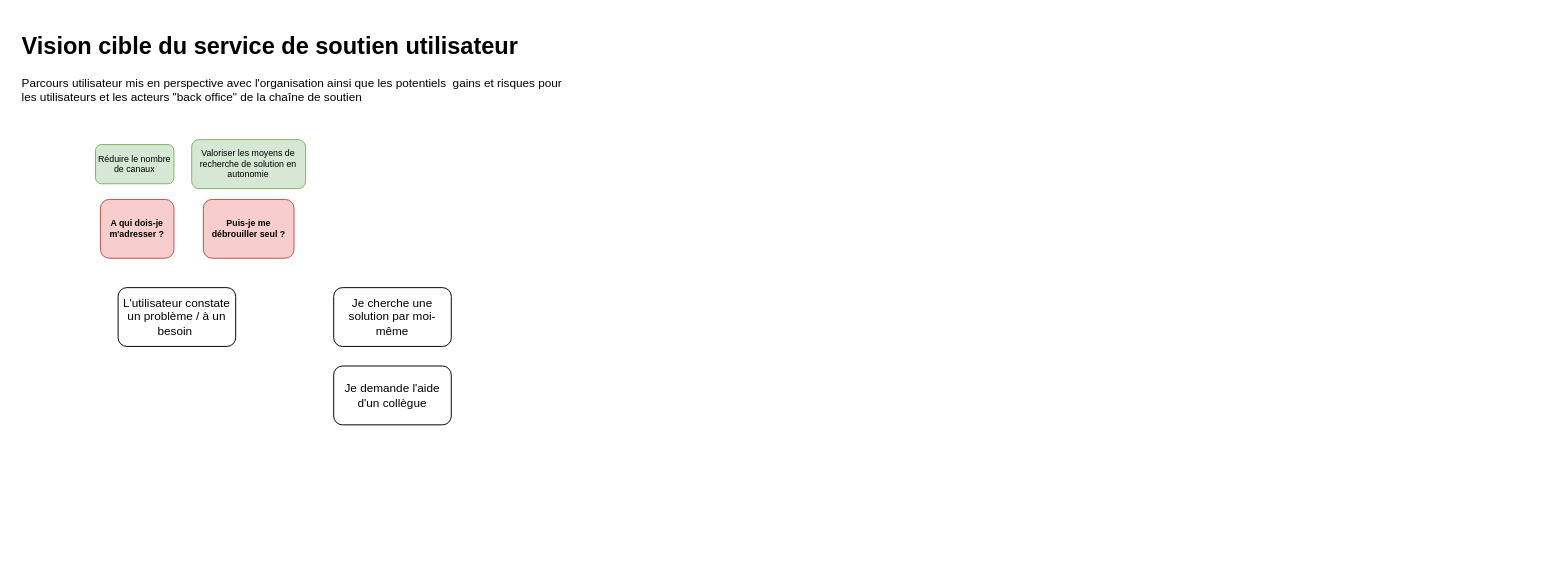
This is page "Cartographie des activites" (2 of 2) of Blue Print Chaine de Soutien.drawio from FGUGLIOTTA/MJ_ChaineSoutien, a draw.io file, before an edit. Source tidied: cells renumbered, new cells numbered last; positions are measured from the earlier drawing's top-left corner, leaving out a move shared by most shapes. Both pictures are drawn from the tidied source at 98%, with x=0, y=0 at pixel (17, 26).
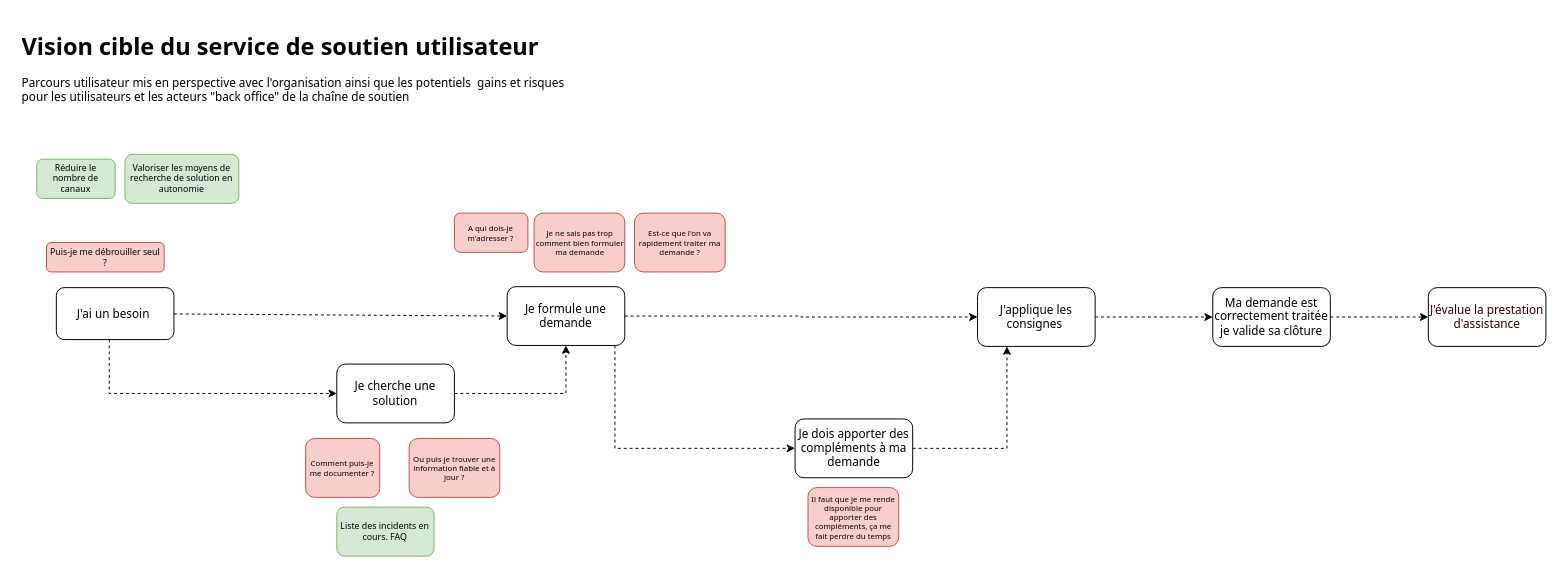
The same page after the edit.

The edit, as a diff of the source:
```diff
@@
-    <mxCell id="2" value="&lt;h1&gt;Vision cible du service de soutien utilisateur&lt;/h1&gt;&lt;p&gt;Parcours utilisateur mis en perspective avec l'organisation ainsi que les potentiels&amp;nbsp; gains et risques pour les utilisateurs et les acteurs &quot;back office&quot; de la chaîne de soutien&amp;nbsp;&lt;/p&gt;" style="text;html=1;strokeColor=none;fillColor=none;spacing=5;spacingTop=-20;whiteSpace=wrap;overflow=hidden;rounded=0;" parent="1" vertex="1">
+    <mxCell id="2" value="&lt;h1&gt;Vision cible du service de soutien utilisateur&lt;/h1&gt;&lt;p&gt;Parcours utilisateur mis en perspective avec l'organisation ainsi que les potentiels&amp;nbsp; gains et risques pour les utilisateurs et les acteurs &quot;back office&quot; de la chaîne de soutien&amp;nbsp;&lt;/p&gt;" style="text;html=1;strokeColor=none;fillColor=none;spacing=5;spacingTop=-20;whiteSpace=wrap;overflow=hidden;rounded=0;fontFamily=Tahoma;" parent="1" vertex="1">
       <mxGeometry width="563" height="90" as="geometry" />
     </mxCell>
+    <mxCell id="10" style="edgeStyle=none;rounded=0;jettySize=auto;html=1;entryX=0;entryY=0.5;entryDx=0;entryDy=0;fontSize=12;fontColor=#330000;dashed=1;fontFamily=Tahoma;" parent="1" edge="1" source="3" target="15">
+      <mxGeometry relative="1" as="geometry" />
+    </mxCell>
+    <mxCell id="11" style="edgeStyle=elbowEdgeStyle;rounded=0;jettySize=auto;html=1;entryX=0;entryY=0.5;entryDx=0;entryDy=0;fontSize=12;fontColor=#330000;dashed=1;fontFamily=Tahoma;" parent="1" edge="1" source="3" target="5">
+      <mxGeometry relative="1" as="geometry">
+        <Array as="points">
+          <mxPoint x="94" y="360" />
+        </Array>
+      </mxGeometry>
+    </mxCell>
-    <mxCell id="3" value="L'utilisateur constate un problème / à un besoin&amp;nbsp;" style="rounded=1;whiteSpace=wrap;html=1;" parent="1" vertex="1">
-      <mxGeometry x="103" y="266" width="120" height="60" as="geometry" />
+    <mxCell id="3" value="J'ai un besoin&amp;nbsp;" style="rounded=1;whiteSpace=wrap;html=1;fontFamily=Tahoma;" parent="1" vertex="1">
+      <mxGeometry x="40" y="266" width="120" height="53" as="geometry" />
     </mxCell>
-    <mxCell id="4" value="A qui dois-je m'adresser ?" style="rounded=1;whiteSpace=wrap;html=1;labelBackgroundColor=none;labelBorderColor=none;fillColor=#f8cecc;strokeColor=#b85450;fontSize=9;fontStyle=1;" parent="1" vertex="1">
-      <mxGeometry x="85" y="176" width="75" height="60" as="geometry" />
+    <mxCell id="4" value="A qui dois-je m'adresser ?" style="rounded=1;whiteSpace=wrap;html=1;labelBackgroundColor=none;labelBorderColor=none;fillColor=#f8cecc;strokeColor=#b85450;fontSize=8;fontStyle=0;fontFamily=Tahoma;" parent="1" vertex="1">
+      <mxGeometry x="446.2" y="190" width="75" height="40" as="geometry" />
     </mxCell>
+    <mxCell id="12" style="edgeStyle=elbowEdgeStyle;rounded=0;jettySize=auto;html=1;dashed=1;fontSize=12;fontColor=#330000;entryX=0.5;entryY=1;entryDx=0;entryDy=0;exitX=1;exitY=0.5;exitDx=0;exitDy=0;fontFamily=Tahoma;" parent="1" edge="1" source="5" target="15">
+      <mxGeometry relative="1" as="geometry">
+        <Array as="points">
+          <mxPoint x="560" y="350" />
+        </Array>
+      </mxGeometry>
+    </mxCell>
-    <mxCell id="5" value="Je cherche une solution par moi-même" style="rounded=1;whiteSpace=wrap;html=1;" parent="1" vertex="1">
-      <mxGeometry x="323" y="266" width="120" height="60" as="geometry" />
+    <mxCell id="5" value="Je cherche une solution" style="rounded=1;whiteSpace=wrap;html=1;fontFamily=Tahoma;" parent="1" vertex="1">
+      <mxGeometry x="326.2" y="344" width="120" height="60" as="geometry" />
     </mxCell>
-    <mxCell id="6" value="Puis-je me débrouiller seul ?" style="rounded=1;whiteSpace=wrap;html=1;labelBackgroundColor=none;labelBorderColor=none;fillColor=#f8cecc;strokeColor=#b85450;fontSize=9;fontStyle=1;" parent="1" vertex="1">
-      <mxGeometry x="190" y="176" width="92.5" height="60" as="geometry" />
+    <mxCell id="6" value="Puis-je me débrouiller seul ?" style="rounded=1;whiteSpace=wrap;html=1;labelBackgroundColor=none;labelBorderColor=none;fillColor=#f8cecc;strokeColor=#b85450;fontSize=9;fontStyle=0;fontFamily=Tahoma;" parent="1" vertex="1">
+      <mxGeometry x="30" y="220" width="120" height="30" as="geometry" />
     </mxCell>
-    <mxCell id="7" value="Je demande l'aide d'un collègue" style="rounded=1;whiteSpace=wrap;html=1;" parent="1" vertex="1">
-      <mxGeometry x="323" y="346" width="120" height="60" as="geometry" />
-    </mxCell>
-    <mxCell id="8" value="Réduire le nombre de canaux" style="rounded=1;whiteSpace=wrap;html=1;labelBackgroundColor=none;labelBorderColor=none;fontSize=9;fillColor=#d5e8d4;strokeColor=#82b366;" parent="1" vertex="1">
-      <mxGeometry x="80" y="120" width="80" height="40" as="geometry" />
+    <mxCell id="8" value="Réduire le nombre de canaux" style="rounded=1;whiteSpace=wrap;html=1;labelBackgroundColor=none;labelBorderColor=none;fontSize=9;fillColor=#d5e8d4;strokeColor=#82b366;fontFamily=Tahoma;" parent="1" vertex="1">
+      <mxGeometry x="20" y="135" width="80" height="40" as="geometry" />
     </mxCell>
-    <mxCell id="9" value="Valoriser les moyens de recherche de solution en autonomie" style="rounded=1;whiteSpace=wrap;html=1;labelBackgroundColor=none;labelBorderColor=none;fontSize=9;fillColor=#d5e8d4;strokeColor=#82b366;" parent="1" vertex="1">
-      <mxGeometry x="178.1" y="115" width="116.2" height="50" as="geometry" />
+    <mxCell id="9" value="Valoriser les moyens de recherche de solution en autonomie" style="rounded=1;whiteSpace=wrap;html=1;labelBackgroundColor=none;labelBorderColor=none;fontSize=9;fillColor=#d5e8d4;strokeColor=#82b366;fontFamily=Tahoma;" parent="1" vertex="1">
+      <mxGeometry x="110" y="130" width="116.2" height="50" as="geometry" />
     </mxCell>
+    <mxCell id="13" style="edgeStyle=elbowEdgeStyle;rounded=0;jettySize=auto;html=1;entryX=0;entryY=0.5;entryDx=0;entryDy=0;dashed=1;fontSize=12;fontColor=#330000;fontFamily=Tahoma;" parent="1" edge="1" source="15" target="21">
+      <mxGeometry relative="1" as="geometry">
+        <Array as="points">
+          <mxPoint x="610" y="360" />
+        </Array>
+      </mxGeometry>
+    </mxCell>
+    <mxCell id="14" style="edgeStyle=elbowEdgeStyle;rounded=0;jettySize=auto;html=1;entryX=0;entryY=0.5;entryDx=0;entryDy=0;dashed=1;fontFamily=Tahoma;fontSize=8;fontColor=#330000;" parent="1" edge="1" source="15" target="25">
+      <mxGeometry relative="1" as="geometry" />
+    </mxCell>
+    <mxCell id="15" value="Je formule une demande" style="rounded=1;whiteSpace=wrap;html=1;fontFamily=Tahoma;" parent="1" vertex="1">
+      <mxGeometry x="500" y="265" width="120" height="60" as="geometry" />
+    </mxCell>
+    <mxCell id="16" value="Je ne sais pas trop comment bien formuler ma demande" style="rounded=1;whiteSpace=wrap;html=1;labelBackgroundColor=none;labelBorderColor=none;fillColor=#f8cecc;strokeColor=#b85450;fontSize=8;fontStyle=0;fontFamily=Tahoma;" parent="1" vertex="1">
+      <mxGeometry x="527.5" y="190" width="92.5" height="60" as="geometry" />
+    </mxCell>
+    <mxCell id="17" value="Comment puis-je me documenter ?" style="rounded=1;whiteSpace=wrap;html=1;labelBackgroundColor=none;labelBorderColor=none;fillColor=#f8cecc;strokeColor=#b85450;fontSize=8;fontStyle=0;fontFamily=Tahoma;" parent="1" vertex="1">
+      <mxGeometry x="294.4" y="420" width="75.6" height="60" as="geometry" />
+    </mxCell>
+    <mxCell id="18" value="Liste des incidents en cours. FAQ" style="rounded=1;whiteSpace=wrap;html=1;labelBackgroundColor=none;labelBorderColor=none;fontSize=9;fillColor=#d5e8d4;strokeColor=#82b366;fontFamily=Tahoma;" parent="1" vertex="1">
+      <mxGeometry x="326.2" y="490" width="99.2" height="50" as="geometry" />
+    </mxCell>
+    <mxCell id="19" value="Ou puis je trouver une information fiable et à jour ?" style="rounded=1;whiteSpace=wrap;html=1;labelBackgroundColor=none;labelBorderColor=none;fillColor=#f8cecc;strokeColor=#b85450;fontSize=8;fontStyle=0;fontFamily=Tahoma;" parent="1" vertex="1">
+      <mxGeometry x="400" y="420" width="92.5" height="60" as="geometry" />
+    </mxCell>
+    <mxCell id="20" style="edgeStyle=orthogonalEdgeStyle;rounded=0;jettySize=auto;html=1;dashed=1;fontFamily=Tahoma;fontSize=9;fontColor=#330000;entryX=0.25;entryY=1;entryDx=0;entryDy=0;" parent="1" edge="1" source="21" target="25">
+      <mxGeometry relative="1" as="geometry" />
+    </mxCell>
+    <mxCell id="21" value="Je dois apporter des compléments à ma demande" style="rounded=1;whiteSpace=wrap;html=1;fontFamily=Tahoma;" parent="1" vertex="1">
+      <mxGeometry x="793.8" y="400" width="120" height="60" as="geometry" />
+    </mxCell>
+    <mxCell id="22" value="Il faut que je me rende disponible pour apporter des compléments, ça me fait perdre du temps" style="rounded=1;whiteSpace=wrap;html=1;labelBackgroundColor=none;labelBorderColor=none;fillColor=#f8cecc;strokeColor=#b85450;fontSize=8;fontStyle=0;fontFamily=Tahoma;" parent="1" vertex="1">
+      <mxGeometry x="807" y="470" width="92.5" height="60" as="geometry" />
+    </mxCell>
+    <mxCell id="23" value="Est-ce que l'on va rapidement traiter ma demande ?" style="rounded=1;whiteSpace=wrap;html=1;labelBackgroundColor=none;labelBorderColor=none;fillColor=#f8cecc;strokeColor=#b85450;fontSize=8;fontStyle=0;fontFamily=Tahoma;" parent="1" vertex="1">
+      <mxGeometry x="630" y="190" width="92.5" height="60" as="geometry" />
+    </mxCell>
+    <mxCell id="24" style="edgeStyle=entityRelationEdgeStyle;rounded=0;jettySize=auto;html=1;entryX=0;entryY=0.5;entryDx=0;entryDy=0;dashed=1;fontFamily=Tahoma;fontSize=9;fontColor=#330000;" parent="1" edge="1" source="25" target="27">
+      <mxGeometry relative="1" as="geometry" />
+    </mxCell>
+    <mxCell id="25" value="J'applique les consignes&amp;nbsp;" style="rounded=1;whiteSpace=wrap;html=1;fontFamily=Tahoma;" parent="1" vertex="1">
+      <mxGeometry x="980" y="266" width="120" height="60" as="geometry" />
+    </mxCell>
+    <mxCell id="26" style="edgeStyle=orthogonalEdgeStyle;rounded=0;jettySize=auto;html=1;dashed=1;fontFamily=Tahoma;fontSize=9;fontColor=#330000;entryX=0;entryY=0.5;entryDx=0;entryDy=0;" parent="1" edge="1" source="27" target="28">
+      <mxGeometry relative="1" as="geometry" />
+    </mxCell>
+    <mxCell id="27" value="Ma demande est correctement traitée je valide sa clôture" style="rounded=1;whiteSpace=wrap;html=1;fontFamily=Tahoma;" parent="1" vertex="1">
+      <mxGeometry x="1220" y="266" width="120" height="60" as="geometry" />
+    </mxCell>
+    <mxCell id="28" value="J'évalue la prestation d'assistance" style="rounded=1;whiteSpace=wrap;html=1;labelBackgroundColor=none;labelBorderColor=none;fontFamily=Tahoma;fontSize=12;fontColor=#330000;" parent="1" vertex="1">
+      <mxGeometry x="1440" y="266" width="120" height="60" as="geometry" />
+    </mxCell>
```
